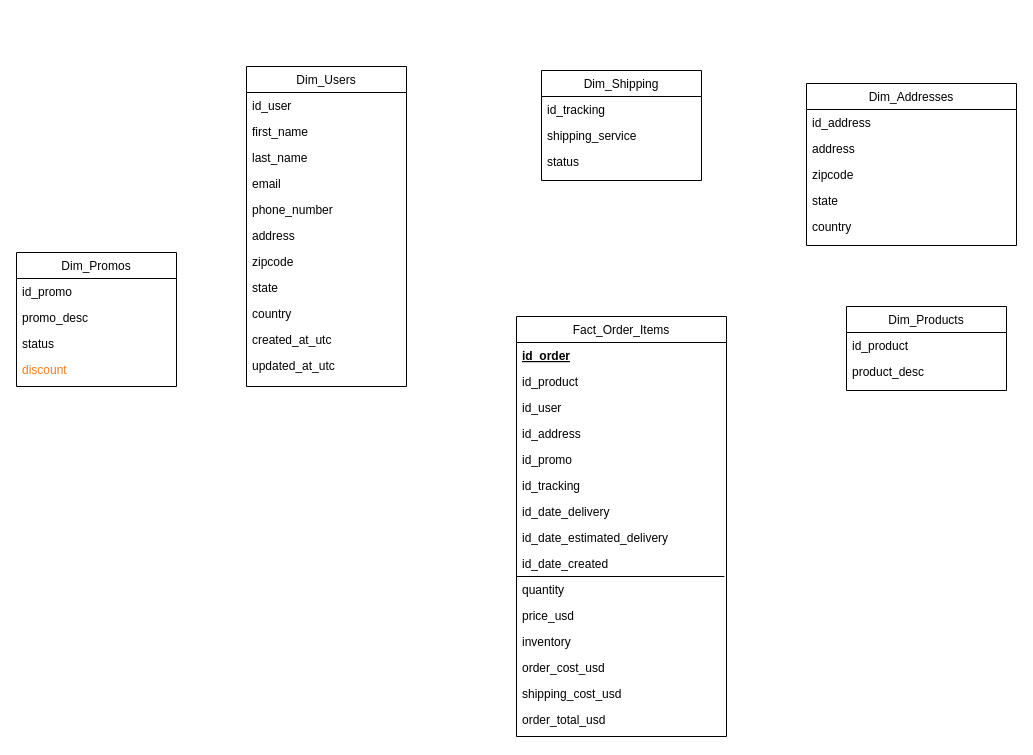
julia030798/curso_data_engineering keeps this draw.io diagram as Diagrama sin título.drawio. Above is the earlier version. Source tidied: cells renumbered, new cells numbered last; positions are measured from the earlier drawing's top-left corner, leaving out a move shared by most shapes. Both pictures are drawn from the tidied source at 100%, with x=0, y=0 at pixel (16, 66).
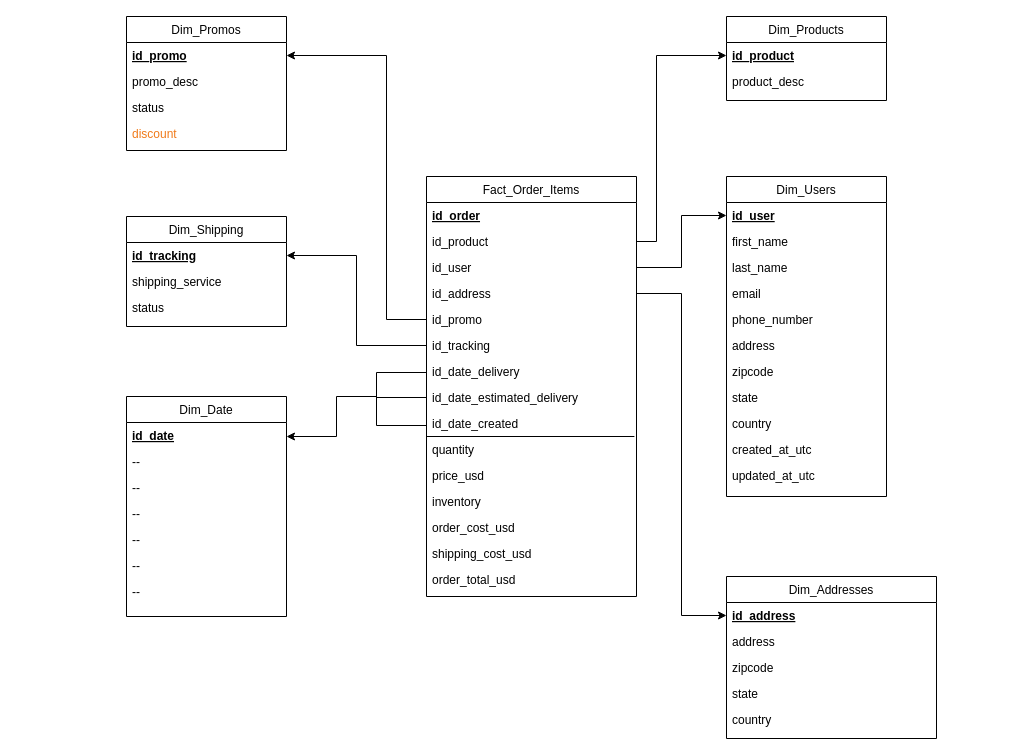
Above is the later version.

Unchanged cells that the change refers to:
```xml
<mxCell id="28" value="id_product" style="text;align=left;verticalAlign=top;spacingLeft=4;spacingRight=4;overflow=hidden;points=[[0,0.5],[1,0.5]];portConstraint=eastwest;rounded=0;shadow=0;html=0;" parent="26" vertex="1">
  <mxGeometry y="52" width="210" height="26" as="geometry" />
</mxCell>
<mxCell id="29" value="id_user" style="text;align=left;verticalAlign=top;spacingLeft=4;spacingRight=4;overflow=hidden;points=[[0,0.5],[1,0.5]];portConstraint=eastwest;rounded=0;shadow=0;html=0;" parent="26" vertex="1">
  <mxGeometry y="78" width="210" height="26" as="geometry" />
</mxCell>
<mxCell id="30" value="id_address" style="text;align=left;verticalAlign=top;spacingLeft=4;spacingRight=4;overflow=hidden;points=[[0,0.5],[1,0.5]];portConstraint=eastwest;rounded=0;shadow=0;html=0;" parent="26" vertex="1">
  <mxGeometry y="104" width="210" height="26" as="geometry" />
</mxCell>
<mxCell id="31" value="id_promo" style="text;align=left;verticalAlign=top;spacingLeft=4;spacingRight=4;overflow=hidden;points=[[0,0.5],[1,0.5]];portConstraint=eastwest;rounded=0;shadow=0;html=0;" parent="26" vertex="1">
  <mxGeometry y="130" width="210" height="26" as="geometry" />
</mxCell>
<mxCell id="32" value="id_tracking" style="text;align=left;verticalAlign=top;spacingLeft=4;spacingRight=4;overflow=hidden;points=[[0,0.5],[1,0.5]];portConstraint=eastwest;" parent="26" vertex="1">
  <mxGeometry y="156" width="210" height="26" as="geometry" />
</mxCell>
```

Change to the diagram source:
```diff
@@
     <mxCell id="2" value="Dim_Users" style="swimlane;fontStyle=0;align=center;verticalAlign=top;horizontal=1;startSize=26;rounded=0;shadow=0;strokeWidth=1;" parent="1" vertex="1">
-      <mxGeometry x="230" width="160" height="320" as="geometry" />
+      <mxGeometry x="710" y="110" width="160" height="320" as="geometry" />
     </mxCell>
-    <mxCell id="3" value="id_user" style="text;align=left;verticalAlign=top;spacingLeft=4;spacingRight=4;overflow=hidden;points=[[0,0.5],[1,0.5]];portConstraint=eastwest;" parent="2" vertex="1">
+    <mxCell id="3" value="id_user" style="text;align=left;verticalAlign=top;spacingLeft=4;spacingRight=4;overflow=hidden;points=[[0,0.5],[1,0.5]];portConstraint=eastwest;fontStyle=5;" parent="2" vertex="1">
       <mxGeometry y="26" width="160" height="26" as="geometry" />
     </mxCell>
@@
     <mxCell id="14" value="Dim_Promos" style="swimlane;fontStyle=0;align=center;verticalAlign=top;horizontal=1;startSize=26;rounded=0;shadow=0;strokeWidth=1;" parent="1" vertex="1">
-      <mxGeometry y="186" width="160" height="134" as="geometry" />
+      <mxGeometry x="110" y="-50" width="160" height="134" as="geometry" />
     </mxCell>
-    <mxCell id="15" value="id_promo" style="text;align=left;verticalAlign=top;spacingLeft=4;spacingRight=4;overflow=hidden;points=[[0,0.5],[1,0.5]];portConstraint=eastwest;" parent="14" vertex="1">
+    <mxCell id="15" value="id_promo" style="text;align=left;verticalAlign=top;spacingLeft=4;spacingRight=4;overflow=hidden;points=[[0,0.5],[1,0.5]];portConstraint=eastwest;fontStyle=5;" parent="14" vertex="1">
       <mxGeometry y="26" width="160" height="26" as="geometry" />
     </mxCell>
@@
     <mxCell id="19" value="Dim_Products" style="swimlane;fontStyle=0;align=center;verticalAlign=top;horizontal=1;startSize=26;rounded=0;shadow=0;strokeWidth=1;" parent="1" vertex="1">
-      <mxGeometry x="830" y="240" width="160" height="84" as="geometry" />
+      <mxGeometry x="710" y="-50" width="160" height="84" as="geometry" />
     </mxCell>
-    <mxCell id="20" value="id_product" style="text;align=left;verticalAlign=top;spacingLeft=4;spacingRight=4;overflow=hidden;points=[[0,0.5],[1,0.5]];portConstraint=eastwest;" parent="19" vertex="1">
+    <mxCell id="20" value="id_product" style="text;align=left;verticalAlign=top;spacingLeft=4;spacingRight=4;overflow=hidden;points=[[0,0.5],[1,0.5]];portConstraint=eastwest;fontStyle=5;" parent="19" vertex="1">
       <mxGeometry y="26" width="160" height="26" as="geometry" />
     </mxCell>
@@
     <mxCell id="22" value="Dim_Shipping" style="swimlane;fontStyle=0;align=center;verticalAlign=top;horizontal=1;startSize=26;rounded=0;shadow=0;strokeWidth=1;" parent="1" vertex="1">
-      <mxGeometry x="525" y="4" width="160" height="110" as="geometry" />
+      <mxGeometry x="110" y="150" width="160" height="110" as="geometry" />
     </mxCell>
-    <mxCell id="23" value="id_tracking" style="text;align=left;verticalAlign=top;spacingLeft=4;spacingRight=4;overflow=hidden;points=[[0,0.5],[1,0.5]];portConstraint=eastwest;" parent="22" vertex="1">
+    <mxCell id="23" value="id_tracking" style="text;align=left;verticalAlign=top;spacingLeft=4;spacingRight=4;overflow=hidden;points=[[0,0.5],[1,0.5]];portConstraint=eastwest;fontStyle=5;" parent="22" vertex="1">
       <mxGeometry y="26" width="160" height="26" as="geometry" />
     </mxCell>
@@
+    <mxCell id="43" value="Dim_Addresses" style="swimlane;fontStyle=0;align=center;verticalAlign=top;horizontal=1;startSize=26;rounded=0;shadow=0;strokeWidth=1;" parent="1" vertex="1">
+      <mxGeometry x="710" y="510" width="210" height="162" as="geometry" />
+    </mxCell>
+    <mxCell id="44" value="id_address" style="text;align=left;verticalAlign=top;spacingLeft=4;spacingRight=4;overflow=hidden;points=[[0,0.5],[1,0.5]];portConstraint=eastwest;fontStyle=5;" parent="43" vertex="1">
+      <mxGeometry y="26" width="210" height="26" as="geometry" />
+    </mxCell>
+    <mxCell id="45" value="address" style="text;align=left;verticalAlign=top;spacingLeft=4;spacingRight=4;overflow=hidden;rounded=0;shadow=0;html=0;" parent="43" vertex="1">
+      <mxGeometry y="52" width="210" height="26" as="geometry" />
+    </mxCell>
+    <mxCell id="46" value="zipcode" style="text;align=left;verticalAlign=top;spacingLeft=4;spacingRight=4;overflow=hidden;rounded=0;shadow=0;html=0;" parent="43" vertex="1">
+      <mxGeometry y="78" width="210" height="26" as="geometry" />
+    </mxCell>
+    <mxCell id="47" value="state" style="text;align=left;verticalAlign=top;spacingLeft=4;spacingRight=4;overflow=hidden;rounded=0;shadow=0;html=0;" parent="43" vertex="1">
+      <mxGeometry y="104" width="210" height="26" as="geometry" />
+    </mxCell>
+    <mxCell id="48" value="country" style="text;align=left;verticalAlign=top;spacingLeft=4;spacingRight=4;overflow=hidden;rounded=0;shadow=0;html=0;" parent="43" vertex="1">
+      <mxGeometry y="130" width="210" height="26" as="geometry" />
+    </mxCell>
+    <mxCell id="49" value="Dim_Date" style="swimlane;fontStyle=0;align=center;verticalAlign=top;horizontal=1;startSize=26;rounded=0;shadow=0;strokeWidth=1;" parent="1" vertex="1">
+      <mxGeometry x="110" y="330" width="160" height="220" as="geometry" />
+    </mxCell>
+    <mxCell id="50" value="id_date" style="text;align=left;verticalAlign=top;spacingLeft=4;spacingRight=4;overflow=hidden;fontStyle=5;" parent="49" vertex="1">
+      <mxGeometry y="26" width="160" height="26" as="geometry" />
+    </mxCell>
+    <mxCell id="51" value="--" style="text;align=left;verticalAlign=top;spacingLeft=4;spacingRight=4;overflow=hidden;rounded=0;shadow=0;html=0;" parent="49" vertex="1">
+      <mxGeometry y="52" width="160" height="26" as="geometry" />
+    </mxCell>
+    <mxCell id="52" value="--" style="text;align=left;verticalAlign=top;spacingLeft=4;spacingRight=4;overflow=hidden;rounded=0;shadow=0;html=0;" parent="49" vertex="1">
+      <mxGeometry y="78" width="160" height="26" as="geometry" />
+    </mxCell>
+    <mxCell id="53" value="--" style="text;align=left;verticalAlign=top;spacingLeft=4;spacingRight=4;overflow=hidden;" parent="49" vertex="1">
+      <mxGeometry y="104" width="160" height="26" as="geometry" />
+    </mxCell>
+    <mxCell id="54" value="--" style="text;align=left;verticalAlign=top;spacingLeft=4;spacingRight=4;overflow=hidden;" parent="49" vertex="1">
+      <mxGeometry y="130" width="160" height="26" as="geometry" />
+    </mxCell>
+    <mxCell id="55" value="--" style="text;align=left;verticalAlign=top;spacingLeft=4;spacingRight=4;overflow=hidden;" parent="49" vertex="1">
+      <mxGeometry y="156" width="160" height="26" as="geometry" />
+    </mxCell>
+    <mxCell id="56" value="--" style="text;align=left;verticalAlign=top;spacingLeft=4;spacingRight=4;overflow=hidden;rounded=0;shadow=0;html=0;" parent="49" vertex="1">
+      <mxGeometry y="182" width="160" height="26" as="geometry" />
+    </mxCell>
+    <mxCell id="57" style="group;" parent="1" vertex="1">
+      <mxGeometry x="360" y="110" width="260" height="420" as="geometry" />
+    </mxCell>
-    <mxCell id="26" value="Fact_Order_Items" style="swimlane;fontStyle=0;align=center;verticalAlign=top;horizontal=1;startSize=26;rounded=0;shadow=0;strokeWidth=1;" parent="1" vertex="1">
-      <mxGeometry x="500" y="250" width="210" height="420" as="geometry" />
+    <mxCell id="26" value="Fact_Order_Items" style="swimlane;fontStyle=0;align=center;verticalAlign=top;horizontal=1;startSize=26;rounded=0;shadow=0;strokeWidth=1;" parent="57" vertex="1">
+      <mxGeometry x="50" width="210" height="420" as="geometry" />
     </mxCell>
@@
-    <mxCell id="43" value="Dim_Addresses" style="swimlane;fontStyle=0;align=center;verticalAlign=top;horizontal=1;startSize=26;rounded=0;shadow=0;strokeWidth=1;" parent="1" vertex="1">
-      <mxGeometry x="790" y="17" width="210" height="162" as="geometry" />
-    </mxCell>
-    <mxCell id="44" value="id_address" style="text;align=left;verticalAlign=top;spacingLeft=4;spacingRight=4;overflow=hidden;points=[[0,0.5],[1,0.5]];portConstraint=eastwest;" parent="43" vertex="1">
-      <mxGeometry y="26" width="210" height="26" as="geometry" />
-    </mxCell>
-    <mxCell id="45" value="address" style="text;align=left;verticalAlign=top;spacingLeft=4;spacingRight=4;overflow=hidden;rounded=0;shadow=0;html=0;" parent="43" vertex="1">
-      <mxGeometry y="52" width="210" height="26" as="geometry" />
-    </mxCell>
-    <mxCell id="46" value="zipcode" style="text;align=left;verticalAlign=top;spacingLeft=4;spacingRight=4;overflow=hidden;rounded=0;shadow=0;html=0;" parent="43" vertex="1">
-      <mxGeometry y="78" width="210" height="26" as="geometry" />
-    </mxCell>
-    <mxCell id="47" value="state" style="text;align=left;verticalAlign=top;spacingLeft=4;spacingRight=4;overflow=hidden;rounded=0;shadow=0;html=0;" parent="43" vertex="1">
-      <mxGeometry y="104" width="210" height="26" as="geometry" />
-    </mxCell>
-    <mxCell id="48" value="country" style="text;align=left;verticalAlign=top;spacingLeft=4;spacingRight=4;overflow=hidden;rounded=0;shadow=0;html=0;" parent="43" vertex="1">
-      <mxGeometry y="130" width="210" height="26" as="geometry" />
-    </mxCell>
+    <mxCell id="58" style="endArrow=none;html=1;rounded=0;" parent="57" edge="1">
+      <mxGeometry relative="1" as="geometry">
+        <mxPoint y="196" as="sourcePoint" />
+        <mxPoint x="50" y="196" as="targetPoint" />
+      </mxGeometry>
+    </mxCell>
+    <mxCell id="59" style="endArrow=none;html=1;rounded=0;" parent="57" edge="1">
+      <mxGeometry relative="1" as="geometry">
+        <mxPoint y="221" as="sourcePoint" />
+        <mxPoint x="50" y="221" as="targetPoint" />
+      </mxGeometry>
+    </mxCell>
+    <mxCell id="60" style="endArrow=none;html=1;rounded=0;" parent="57" edge="1">
+      <mxGeometry relative="1" as="geometry">
+        <mxPoint y="249" as="sourcePoint" />
+        <mxPoint x="50" y="249" as="targetPoint" />
+      </mxGeometry>
+    </mxCell>
+    <mxCell id="61" style="endArrow=none;html=1;rounded=0;" parent="57" edge="1">
+      <mxGeometry relative="1" as="geometry">
+        <mxPoint y="249" as="sourcePoint" />
+        <mxPoint y="196" as="targetPoint" />
+      </mxGeometry>
+    </mxCell>
+    <mxCell id="62" style="edgeStyle=orthogonalEdgeStyle;rounded=0;jettySize=auto;html=1;exitX=1;exitY=0.5;exitDx=0;exitDy=0;entryX=0;entryY=0.5;entryDx=0;entryDy=0;" parent="1" edge="1" source="28" target="20">
+      <mxGeometry relative="1" as="geometry">
+        <Array as="points">
+          <mxPoint x="640" y="175" />
+          <mxPoint x="640" y="-11" />
+        </Array>
+      </mxGeometry>
+    </mxCell>
+    <mxCell id="63" style="edgeStyle=orthogonalEdgeStyle;rounded=0;jettySize=auto;html=1;exitX=1;exitY=0.5;exitDx=0;exitDy=0;" parent="1" edge="1" source="29" target="3">
+      <mxGeometry relative="1" as="geometry" />
+    </mxCell>
+    <mxCell id="64" style="edgeStyle=orthogonalEdgeStyle;rounded=0;jettySize=auto;html=1;exitX=1;exitY=0.5;exitDx=0;exitDy=0;entryX=0;entryY=0.5;entryDx=0;entryDy=0;" parent="1" edge="1" source="30" target="44">
+      <mxGeometry relative="1" as="geometry" />
+    </mxCell>
+    <mxCell id="65" style="edgeStyle=orthogonalEdgeStyle;rounded=0;jettySize=auto;html=1;exitX=0;exitY=0.5;exitDx=0;exitDy=0;entryX=1;entryY=0.5;entryDx=0;entryDy=0;" parent="1" edge="1" source="31" target="15">
+      <mxGeometry relative="1" as="geometry">
+        <Array as="points">
+          <mxPoint x="370" y="253" />
+          <mxPoint x="370" y="-11" />
+        </Array>
+      </mxGeometry>
+    </mxCell>
+    <mxCell id="66" style="edgeStyle=orthogonalEdgeStyle;rounded=0;jettySize=auto;html=1;exitX=0;exitY=0.5;exitDx=0;exitDy=0;entryX=1;entryY=0.5;entryDx=0;entryDy=0;" parent="1" edge="1" source="32" target="23">
+      <mxGeometry relative="1" as="geometry" />
+    </mxCell>
+    <mxCell id="67" style="endArrow=classic;html=1;rounded=0;" parent="1" edge="1">
+      <mxGeometry relative="1" as="geometry">
+        <mxPoint x="320" y="370" as="sourcePoint" />
+        <mxPoint x="270" y="370" as="targetPoint" />
+      </mxGeometry>
+    </mxCell>
+    <mxCell id="68" style="endArrow=none;html=1;rounded=0;" parent="1" edge="1">
+      <mxGeometry relative="1" as="geometry">
+        <mxPoint x="320" y="370" as="sourcePoint" />
+        <mxPoint x="320" y="330" as="targetPoint" />
+      </mxGeometry>
+    </mxCell>
+    <mxCell id="69" style="endArrow=none;html=1;rounded=0;" parent="1" edge="1">
+      <mxGeometry relative="1" as="geometry">
+        <mxPoint x="320" y="330" as="sourcePoint" />
+        <mxPoint x="360" y="330" as="targetPoint" />
+      </mxGeometry>
+    </mxCell>
```
